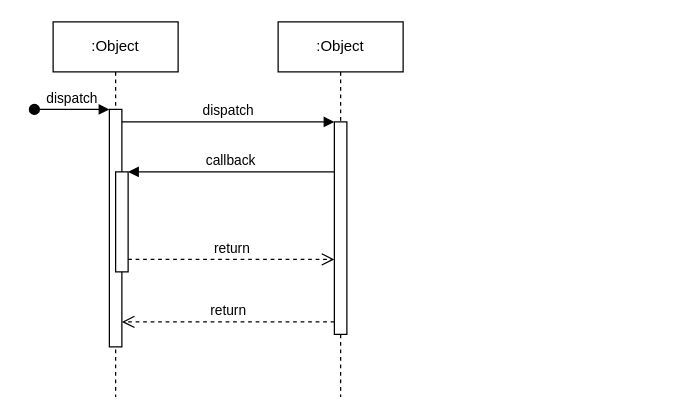
wolf427/exam keeps this draw.io diagram as 未命名绘图.drawio. Above is the earlier version. Source tidied: cells renumbered, new cells numbered last; positions are measured from the earlier drawing's top-left corner, leaving out a move shared by most shapes. Both pictures are drawn from the tidied source at 125%, with x=0, y=0 at pixel (34, 21).
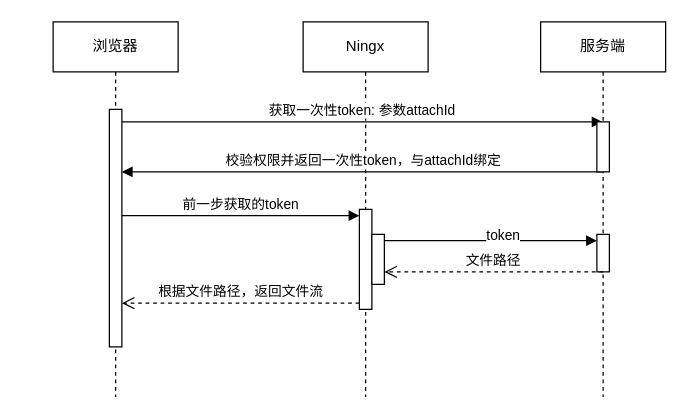
The same diagram, later.

Commit message:
更新未命名绘图.drawio

Unchanged cells that the change refers to:
```xml
<mxCell id="3" style="html=1;points=[];perimeter=orthogonalPerimeter;outlineConnect=0;targetShapes=umlLifeline;portConstraint=eastwest;newEdgeStyle={&quot;edgeStyle&quot;:&quot;elbowEdgeStyle&quot;,&quot;elbow&quot;:&quot;vertical&quot;,&quot;curved&quot;:0,&quot;rounded&quot;:0};" parent="2" vertex="1">
  <mxGeometry x="45" y="70" width="10" height="190" as="geometry" />
</mxCell>
```

The edit, as a diff of the source:
```diff
@@
-    <mxCell id="2" value=":Object" style="shape=umlLifeline;perimeter=lifelinePerimeter;whiteSpace=wrap;html=1;newEdgeStyle={&quot;edgeStyle&quot;:&quot;elbowEdgeStyle&quot;,&quot;elbow&quot;:&quot;vertical&quot;,&quot;curved&quot;:0,&quot;rounded&quot;:0};" parent="1" vertex="1">
+    <mxCell id="2" value="浏览器" style="shape=umlLifeline;perimeter=lifelinePerimeter;whiteSpace=wrap;html=1;newEdgeStyle={&quot;edgeStyle&quot;:&quot;elbowEdgeStyle&quot;,&quot;elbow&quot;:&quot;vertical&quot;,&quot;curved&quot;:0,&quot;rounded&quot;:0};" parent="1" vertex="1">
       <mxGeometry x="15" width="100" height="300" as="geometry" />
     </mxCell>
@@
-    <mxCell id="4" value="dispatch" style="html=1;verticalAlign=bottom;startArrow=oval;endArrow=block;startSize=8;edgeStyle=elbowEdgeStyle;elbow=vertical;curved=0;rounded=0;" parent="2" edge="1" target="3">
-      <mxGeometry relative="1" as="geometry">
-        <mxPoint x="-15" y="70" as="sourcePoint" />
-      </mxGeometry>
-    </mxCell>
-    <mxCell id="5" style="html=1;points=[];perimeter=orthogonalPerimeter;outlineConnect=0;targetShapes=umlLifeline;portConstraint=eastwest;newEdgeStyle={&quot;edgeStyle&quot;:&quot;elbowEdgeStyle&quot;,&quot;elbow&quot;:&quot;vertical&quot;,&quot;curved&quot;:0,&quot;rounded&quot;:0};" parent="2" vertex="1">
-      <mxGeometry x="50" y="120" width="10" height="80" as="geometry" />
-    </mxCell>
-    <mxCell id="6" value=":Object" style="shape=umlLifeline;perimeter=lifelinePerimeter;whiteSpace=wrap;html=1;newEdgeStyle={&quot;edgeStyle&quot;:&quot;elbowEdgeStyle&quot;,&quot;elbow&quot;:&quot;vertical&quot;,&quot;curved&quot;:0,&quot;rounded&quot;:0};" parent="1" vertex="1">
-      <mxGeometry x="195" width="100" height="300" as="geometry" />
+    <mxCell id="6" value="Ningx" style="shape=umlLifeline;perimeter=lifelinePerimeter;whiteSpace=wrap;html=1;newEdgeStyle={&quot;edgeStyle&quot;:&quot;elbowEdgeStyle&quot;,&quot;elbow&quot;:&quot;vertical&quot;,&quot;curved&quot;:0,&quot;rounded&quot;:0};" parent="1" vertex="1">
+      <mxGeometry x="215" width="100" height="300" as="geometry" />
     </mxCell>
-    <mxCell id="7" style="html=1;points=[];perimeter=orthogonalPerimeter;outlineConnect=0;targetShapes=umlLifeline;portConstraint=eastwest;newEdgeStyle={&quot;edgeStyle&quot;:&quot;elbowEdgeStyle&quot;,&quot;elbow&quot;:&quot;vertical&quot;,&quot;curved&quot;:0,&quot;rounded&quot;:0};" parent="6" vertex="1">
-      <mxGeometry x="45" y="80" width="10" height="170" as="geometry" />
-    </mxCell>
+    <mxCell id="12" style="html=1;points=[[0,0,0,0,5],[0,1,0,0,-5],[1,0,0,0,5],[1,1,0,0,-5]];perimeter=orthogonalPerimeter;outlineConnect=0;targetShapes=umlLifeline;portConstraint=eastwest;newEdgeStyle={&quot;curved&quot;:0,&quot;rounded&quot;:0};" parent="6" vertex="1">
+      <mxGeometry x="45" y="150" width="10" height="80" as="geometry" />
+    </mxCell>
+    <mxCell id="13" style="html=1;points=[[0,0,0,0,5],[0,1,0,0,-5],[1,0,0,0,5],[1,1,0,0,-5]];perimeter=orthogonalPerimeter;outlineConnect=0;targetShapes=umlLifeline;portConstraint=eastwest;newEdgeStyle={&quot;curved&quot;:0,&quot;rounded&quot;:0};" parent="6" vertex="1">
+      <mxGeometry x="55" y="170" width="10" height="40" as="geometry" />
+    </mxCell>
-    <mxCell id="8" value="dispatch" style="html=1;verticalAlign=bottom;endArrow=block;edgeStyle=elbowEdgeStyle;elbow=vertical;curved=0;rounded=0;" parent="1" edge="1" source="3" target="7">
+    <mxCell id="8" value="获取一次性token: 参数attachId" style="html=1;verticalAlign=bottom;endArrow=block;edgeStyle=elbowEdgeStyle;elbow=vertical;curved=0;rounded=0;" parent="1" edge="1" source="3" target="14">
       <mxGeometry relative="1" as="geometry">
         <Array as="points">
           <mxPoint x="155" y="80" />
         </Array>
       </mxGeometry>
     </mxCell>
-    <mxCell id="9" value="return" style="html=1;verticalAlign=bottom;endArrow=open;dashed=1;endSize=8;edgeStyle=elbowEdgeStyle;elbow=vertical;curved=0;rounded=0;" parent="1" edge="1" source="7" target="3">
-      <mxGeometry relative="1" as="geometry">
-        <Array as="points">
-          <mxPoint x="165" y="240" />
-        </Array>
-      </mxGeometry>
-    </mxCell>
-    <mxCell id="10" value="callback" style="html=1;verticalAlign=bottom;endArrow=block;edgeStyle=elbowEdgeStyle;elbow=vertical;curved=0;rounded=0;" parent="1" edge="1" source="7" target="5">
+    <mxCell id="10" value="校验权限并返回一次性token，与attachId绑定" style="html=1;verticalAlign=bottom;endArrow=block;edgeStyle=elbowEdgeStyle;elbow=vertical;curved=0;rounded=0;" parent="1" edge="1" source="14" target="3">
       <mxGeometry relative="1" as="geometry">
         <Array as="points">
           <mxPoint x="165" y="120" />
         </Array>
       </mxGeometry>
     </mxCell>
-    <mxCell id="11" value="return" style="html=1;verticalAlign=bottom;endArrow=open;dashed=1;endSize=8;edgeStyle=elbowEdgeStyle;elbow=vertical;curved=0;rounded=0;" parent="1" edge="1" source="5" target="7">
-      <mxGeometry relative="1" as="geometry">
-        <Array as="points">
-          <mxPoint x="155" y="190" />
-        </Array>
-      </mxGeometry>
-    </mxCell>
+    <mxCell id="14" value="服务端" style="shape=umlLifeline;perimeter=lifelinePerimeter;whiteSpace=wrap;html=1;outlineConnect=0;portConstraint=eastwest;newEdgeStyle={&quot;edgeStyle&quot;:&quot;elbowEdgeStyle&quot;,&quot;elbow&quot;:&quot;vertical&quot;,&quot;curved&quot;:0,&quot;rounded&quot;:0};" parent="1" vertex="1">
+      <mxGeometry x="405" width="100" height="300" as="geometry" />
+    </mxCell>
+    <mxCell id="15" style="html=1;perimeter=orthogonalPerimeter;targetShapes=umlLifeline;newEdgeStyle={&quot;edgeStyle&quot;:&quot;elbowEdgeStyle&quot;,&quot;elbow&quot;:&quot;vertical&quot;,&quot;curved&quot;:0,&quot;rounded&quot;:0};" parent="14" vertex="1">
+      <mxGeometry x="45" y="80" width="10" height="40" as="geometry" />
+    </mxCell>
+    <mxCell id="16" style="html=1;points=[[0,0,0,0,5],[0,1,0,0,-5],[1,0,0,0,5],[1,1,0,0,-5]];perimeter=orthogonalPerimeter;outlineConnect=0;targetShapes=umlLifeline;portConstraint=eastwest;newEdgeStyle={&quot;curved&quot;:0,&quot;rounded&quot;:0};" parent="14" vertex="1">
+      <mxGeometry x="45" y="170" width="10" height="30" as="geometry" />
+    </mxCell>
+    <mxCell id="17" value="前一步获取的token" style="html=1;verticalAlign=bottom;endArrow=block;curved=0;rounded=0;entryX=0;entryY=0;entryDx=0;entryDy=5;" parent="1" edge="1" source="3" target="12">
+      <mxGeometry relative="1" as="geometry" />
+    </mxCell>
+    <mxCell id="18" value="根据文件路径，返回文件流" style="html=1;verticalAlign=bottom;endArrow=open;dashed=1;endSize=8;curved=0;rounded=0;exitX=0;exitY=1;exitDx=0;exitDy=-5;" parent="1" edge="1" source="12" target="3">
+      <mxGeometry relative="1" as="geometry" />
+    </mxCell>
+    <mxCell id="19" style="endArrow=block;endFill=1;html=1;edgeStyle=orthogonalEdgeStyle;align=left;verticalAlign=top;rounded=0;entryX=0;entryY=0;entryDx=0;entryDy=5;entryPerimeter=0;exitX=1;exitY=0;exitDx=0;exitDy=5;exitPerimeter=0;" parent="1" edge="1" source="13" target="16">
+      <mxGeometry x="-1" relative="1" as="geometry" />
+    </mxCell>
+    <mxCell id="20" value="token" style="edgeLabel;html=1;align=center;verticalAlign=middle;" parent="19" vertex="1">
+      <mxGeometry x="0.11" y="5" relative="1" as="geometry" />
+    </mxCell>
+    <mxCell id="21" value="文件路径" style="html=1;verticalAlign=bottom;endArrow=open;dashed=1;endSize=8;curved=0;rounded=0;" parent="1" edge="1" target="13">
+      <mxGeometry relative="1" as="geometry">
+        <mxPoint x="455" y="200" as="sourcePoint" />
+      </mxGeometry>
+    </mxCell>
```
